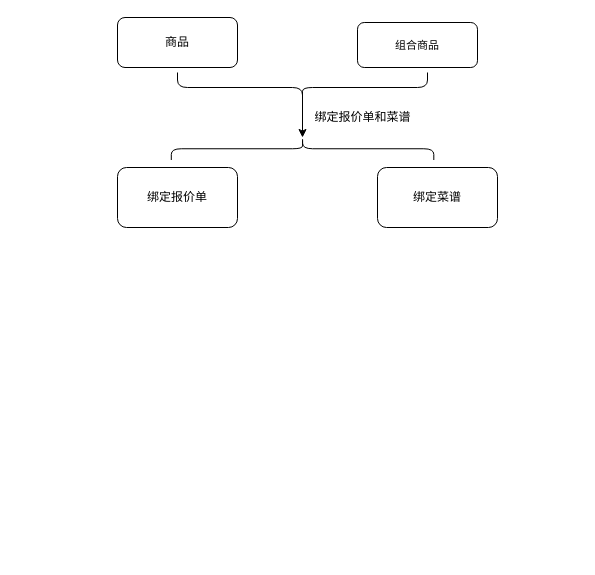
pcorvoh/-warehouse keeps this draw.io diagram as gm_order_server.drawio. Above is the earlier version. Source tidied: cells renumbered, new cells numbered last; positions are measured from the earlier drawing's top-left corner, leaving out a move shared by most shapes. Both pictures are drawn from the tidied source at 100%, with x=0, y=0 at pixel (117, -38).
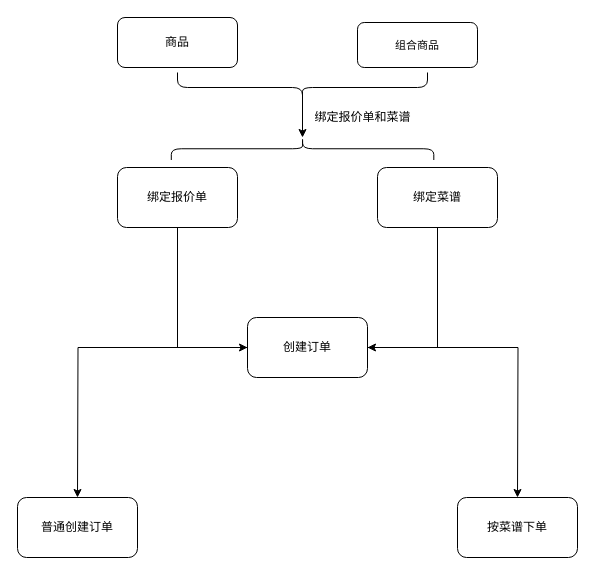
The same diagram, later.

Unchanged cells that the change refers to:
```xml
<mxCell id="6" value="绑定报价单" style="rounded=1;whiteSpace=wrap;html=1;" parent="1" vertex="1">
  <mxGeometry y="205" width="120" height="60" as="geometry" />
</mxCell>
<mxCell id="9" value="绑定菜谱" style="rounded=1;whiteSpace=wrap;html=1;" parent="1" vertex="1">
  <mxGeometry x="260" y="205" width="120" height="60" as="geometry" />
</mxCell>
```

The edit, as a diff of the source:
```diff
@@
+    <mxCell id="10" style="edgeStyle=orthogonalEdgeStyle;rounded=0;jettySize=auto;html=1;exitX=0.5;exitY=1;exitDx=0;exitDy=0;entryX=0;entryY=0.5;entryDx=0;entryDy=0;" parent="1" edge="1" source="6" target="14">
+      <mxGeometry relative="1" as="geometry">
+        <Array as="points">
+          <mxPoint x="60" y="385" />
+        </Array>
+      </mxGeometry>
+    </mxCell>
@@
+    <mxCell id="11" style="edgeStyle=orthogonalEdgeStyle;rounded=0;jettySize=auto;html=1;entryX=1;entryY=0.5;entryDx=0;entryDy=0;" parent="1" edge="1" source="9" target="14">
+      <mxGeometry relative="1" as="geometry">
+        <Array as="points">
+          <mxPoint x="320" y="385" />
+        </Array>
+      </mxGeometry>
+    </mxCell>
@@
+    <mxCell id="12" style="edgeStyle=orthogonalEdgeStyle;rounded=0;jettySize=auto;html=1;" parent="1" edge="1" source="14">
+      <mxGeometry relative="1" as="geometry">
+        <mxPoint x="400" y="535" as="targetPoint" />
+      </mxGeometry>
+    </mxCell>
+    <mxCell id="13" style="edgeStyle=orthogonalEdgeStyle;rounded=0;jettySize=auto;html=1;" parent="1" edge="1" source="14">
+      <mxGeometry relative="1" as="geometry">
+        <mxPoint x="-40" y="535" as="targetPoint" />
+      </mxGeometry>
+    </mxCell>
+    <mxCell id="14" value="创建订单" style="rounded=1;whiteSpace=wrap;html=1;" parent="1" vertex="1">
+      <mxGeometry x="130" y="355" width="120" height="60" as="geometry" />
+    </mxCell>
+    <mxCell id="15" value="按菜谱下单" style="rounded=1;whiteSpace=wrap;html=1;" parent="1" vertex="1">
+      <mxGeometry x="340" y="535" width="120" height="60" as="geometry" />
+    </mxCell>
+    <mxCell id="16" value="普通创建订单" style="rounded=1;whiteSpace=wrap;html=1;" parent="1" vertex="1">
+      <mxGeometry x="-100" y="535" width="120" height="60" as="geometry" />
+    </mxCell>
```
